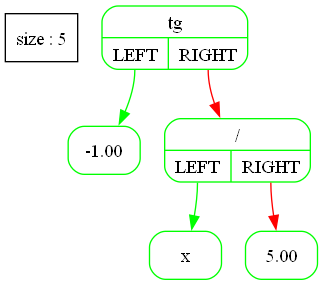
This is files/Tree_graph2.png from A-Elbereth-Gilthoniel/Differentiator, a Graphviz export, as it was before one commit. Its source is kept beside it as files/Tree_graph2.dot.
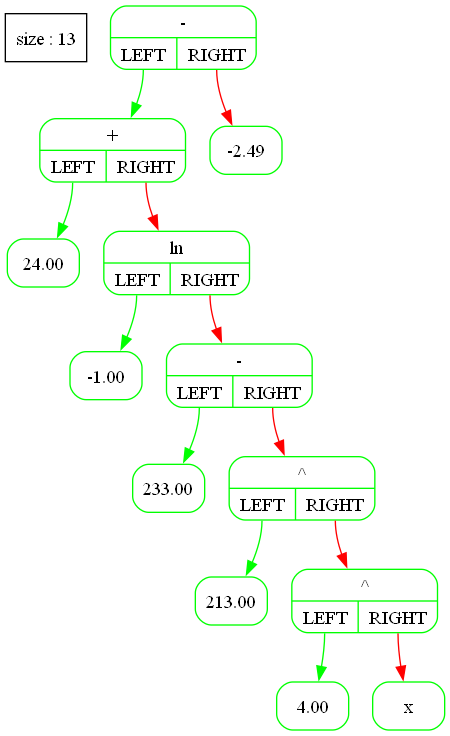
After the commit.

The edit, as a diff of the source:
```diff
@@ -1,14 +1,30 @@
 digraph G {
-  tree [shape=box ; stryle=rounded ; label="size : 5"];
+  tree [shape=box ; stryle=rounded ; label="size : 13"];
   edge [color=black];
   node [shape=record ; style=rounded ; color=green];
-14888144 [label="{tg|{<YES>LEFT|<NO>RIGHT}}"];
-14878000 [label="{-1.00}"];
-14888024 [label="{/|{<YES>LEFT|<NO>RIGHT}}"];
-14878040 [label="{x}"];
-14878080 [label="{5.00}"];
-14888144:<YES> -> 14878000 [color=green];
-14888144:<NO> -> 14888024 [color=red];
-14888024:<YES> -> 14878040 [color=green];
-14888024:<NO> -> 14878080 [color=red];
+14715552 [label="{-|{<YES>LEFT|<NO>RIGHT}}"];
+14714112 [label="{+|{<YES>LEFT|<NO>RIGHT}}"];
+14690040 [label="{24.00}"];
+14714432 [label="{ln|{<YES>LEFT|<NO>RIGHT}}"];
+14689480 [label="{-1.00}"];
+14713752 [label="{-|{<YES>LEFT|<NO>RIGHT}}"];
+14689880 [label="{233.00}"];
+14690200 [label="{^|{<YES>LEFT|<NO>RIGHT}}"];
+14689520 [label="{213.00}"];
+14690000 [label="{^|{<YES>LEFT|<NO>RIGHT}}"];
+14689920 [label="{4.00}"];
+14689960 [label="{x}"];
+14715512 [label="{-2.49}"];
+14715552:<YES> -> 14714112 [color=green];
+14714112:<YES> -> 14690040 [color=green];
+14714112:<NO> -> 14714432 [color=red];
+14714432:<YES> -> 14689480 [color=green];
+14714432:<NO> -> 14713752 [color=red];
+14713752:<YES> -> 14689880 [color=green];
+14713752:<NO> -> 14690200 [color=red];
+14690200:<YES> -> 14689520 [color=green];
+14690200:<NO> -> 14690000 [color=red];
+14690000:<YES> -> 14689920 [color=green];
+14690000:<NO> -> 14689960 [color=red];
+14715552:<NO> -> 14715512 [color=red];
 }
```
